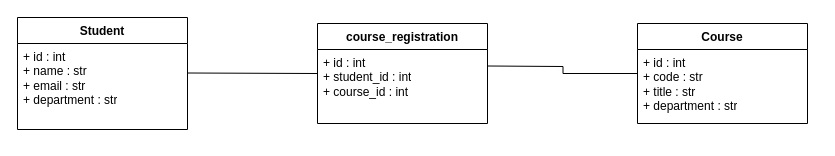
The draw.io diagram classdiagram.drawio in Course-Enrollment-System/course-enrollment-system, before the edit. Source tidied: cells renumbered, new cells numbered last; positions are measured from the earlier drawing's top-left corner, leaving out a move shared by most shapes. Both pictures are drawn from the tidied source at 100%, with x=0, y=0 at pixel (17, 17).
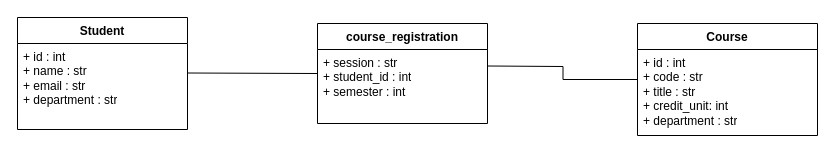
After the change.

The edit, as a diff of the source:
```diff
@@
 <mxGraphModel>
   <root>
     <mxCell id="0" />
     <mxCell id="1" parent="0" />
     <mxCell id="2" value="course_registration" style="swimlane;fontStyle=1;align=center;verticalAlign=top;horizontal=1;startSize=26;whiteSpace=wrap;html=1;" parent="1" vertex="1">
       <mxGeometry x="300" y="6" width="170" height="100" as="geometry" />
     </mxCell>
-    <mxCell id="3" value="+ id : int&lt;br&gt;+ student_id : int&lt;br&gt;+ course_id : int" style="text;strokeColor=none;fillColor=none;align=left;verticalAlign=top;spacingLeft=4;spacingRight=4;overflow=hidden;whiteSpace=wrap;html=1;" parent="2" vertex="1">
+    <mxCell id="3" value="+ session : str&lt;br&gt;+ student_id : int&lt;br&gt;+ semester : int" style="text;strokeColor=none;fillColor=none;align=left;verticalAlign=top;spacingLeft=4;spacingRight=4;overflow=hidden;whiteSpace=wrap;html=1;" parent="2" vertex="1">
       <mxGeometry y="26" width="170" height="74" as="geometry" />
     </mxCell>
     <mxCell id="4" value="Course" style="swimlane;fontStyle=1;align=center;verticalAlign=top;horizontal=1;startSize=26;whiteSpace=wrap;html=1;" parent="1" vertex="1">
-      <mxGeometry x="620" y="6" width="170" height="100" as="geometry" />
+      <mxGeometry x="620" y="6" width="180" height="112" as="geometry" />
     </mxCell>
-    <mxCell id="5" value="+ id : int&lt;br&gt;+ code : str&lt;br&gt;+ title : str&lt;br&gt;+ department : str" style="text;strokeColor=none;fillColor=none;align=left;verticalAlign=top;spacingLeft=4;spacingRight=4;overflow=hidden;whiteSpace=wrap;html=1;" parent="4" vertex="1">
-      <mxGeometry y="26" width="170" height="74" as="geometry" />
+    <mxCell id="5" value="+ id : int&lt;br&gt;+ code : str&lt;br&gt;+ title : str&lt;div&gt;+ credit_unit: int&lt;/div&gt;&lt;div&gt;+ department : str&lt;div&gt;&lt;br&gt;&lt;/div&gt;&lt;/div&gt;" style="text;strokeColor=none;fillColor=none;align=left;verticalAlign=top;spacingLeft=4;spacingRight=4;overflow=hidden;whiteSpace=wrap;html=1;" parent="4" vertex="1">
+      <mxGeometry y="26" width="180" height="86" as="geometry" />
     </mxCell>
     <mxCell id="6" value="Student" style="swimlane;fontStyle=1;align=center;verticalAlign=top;horizontal=1;startSize=26;whiteSpace=wrap;html=1;" parent="1" vertex="1">
       <mxGeometry width="170" height="112" as="geometry" />
     </mxCell>
     <mxCell id="7" value="+ id : int&lt;br&gt;+ name : str&lt;br&gt;+ email : str&lt;br&gt;+ department : str" style="text;strokeColor=none;fillColor=none;align=left;verticalAlign=top;spacingLeft=4;spacingRight=4;overflow=hidden;whiteSpace=wrap;html=1;" parent="6" vertex="1">
       <mxGeometry y="26" width="170" height="86" as="geometry" />
     </mxCell>
     <mxCell id="8" style="endArrow=none;html=1;edgeStyle=orthogonalEdgeStyle;rounded=0;entryX=0;entryY=0.5;entryDx=0;entryDy=0;" parent="1" edge="1" target="2">
       <mxGeometry relative="1" as="geometry">
         <mxPoint x="170" y="55.5" as="sourcePoint" />
       </mxGeometry>
     </mxCell>
     <mxCell id="9" style="endArrow=none;html=1;edgeStyle=orthogonalEdgeStyle;rounded=0;entryX=0;entryY=0.5;entryDx=0;entryDy=0;" parent="1" edge="1" target="4">
       <mxGeometry relative="1" as="geometry">
         <mxPoint x="470" y="48.5" as="sourcePoint" />
       </mxGeometry>
     </mxCell>
   </root>
 </mxGraphModel>
```
